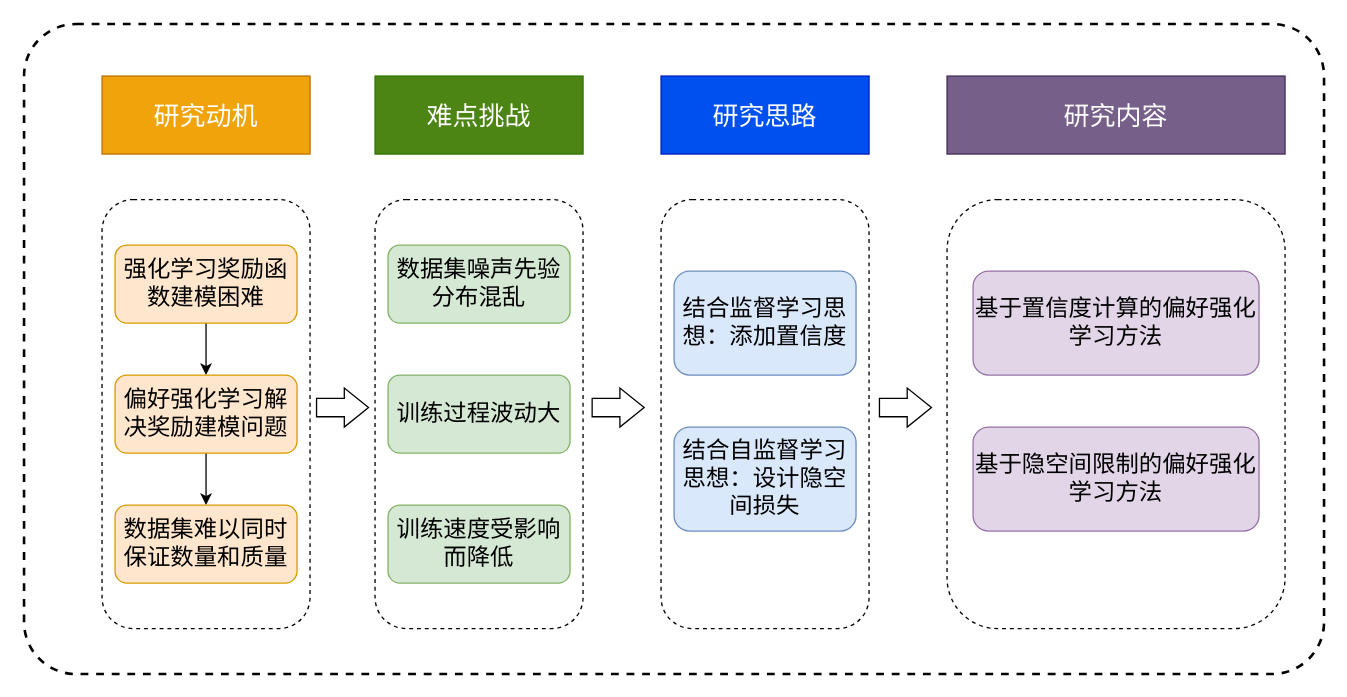
Above: 研究过程关系图.drawio in gyh-ustc/Graduation-Dissertation (draw.io), before the change. Source tidied: cells renumbered, new cells numbered last; positions are measured from the earlier drawing's top-left corner, leaving out a move shared by most shapes. Both pictures are drawn from the tidied source at 130%, with x=0, y=0 at pixel (23, 23).
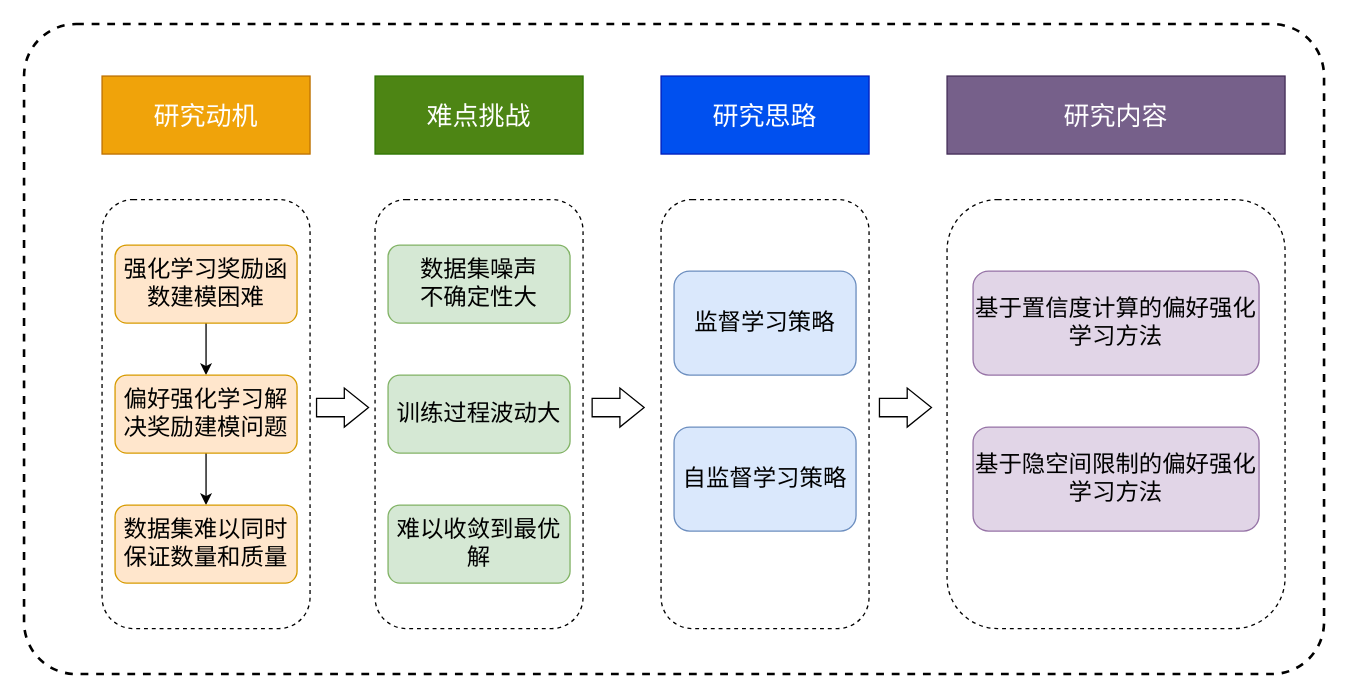
The same diagram, later.

Commit message:
更新研究过程关系图.drawio

Diff of the diagram source:
```diff
@@
-    <mxCell id="16" value="&lt;font style=&quot;font-size: 18px;&quot;&gt;数据集噪声先验分布混乱&lt;/font&gt;" style="rounded=1;whiteSpace=wrap;html=1;fillColor=#d5e8d4;strokeColor=#82b366;" parent="1" vertex="1">
+    <mxCell id="16" value="&lt;font style=&quot;font-size: 18px;&quot;&gt;数据集噪声&lt;br&gt;不确定性大&lt;/font&gt;" style="rounded=1;whiteSpace=wrap;html=1;fillColor=#d5e8d4;strokeColor=#82b366;" parent="1" vertex="1">
       <mxGeometry x="280" y="170" width="140" height="60" as="geometry" />
     </mxCell>
@@
-    <mxCell id="18" value="&lt;font style=&quot;font-size: 18px;&quot;&gt;训练速度受影响而降低&lt;/font&gt;" style="rounded=1;whiteSpace=wrap;html=1;fillColor=#d5e8d4;strokeColor=#82b366;" parent="1" vertex="1">
+    <mxCell id="18" value="&lt;span style=&quot;font-size: 18px;&quot;&gt;难以收敛到最优解&lt;/span&gt;" style="rounded=1;whiteSpace=wrap;html=1;fillColor=#d5e8d4;strokeColor=#82b366;" parent="1" vertex="1">
       <mxGeometry x="280" y="370" width="140" height="60" as="geometry" />
     </mxCell>
-    <mxCell id="19" value="&lt;font style=&quot;font-size: 18px;&quot;&gt;结合监督学习思想：添加置信度&lt;/font&gt;" style="rounded=1;whiteSpace=wrap;html=1;fillColor=#dae8fc;strokeColor=#6c8ebf;" parent="1" vertex="1">
+    <mxCell id="19" value="&lt;font style=&quot;font-size: 18px;&quot;&gt;监督学习策略&lt;/font&gt;" style="rounded=1;whiteSpace=wrap;html=1;fillColor=#dae8fc;strokeColor=#6c8ebf;" parent="1" vertex="1">
       <mxGeometry x="500" y="190" width="140" height="80" as="geometry" />
     </mxCell>
@@
-    <mxCell id="22" value="&lt;font style=&quot;font-size: 18px;&quot;&gt;结合自监督学习思想：设计隐空间损失&lt;/font&gt;" style="rounded=1;whiteSpace=wrap;html=1;fillColor=#dae8fc;strokeColor=#6c8ebf;" parent="1" vertex="1">
+    <mxCell id="22" value="&lt;font style=&quot;font-size: 18px;&quot;&gt;自监督学习策略&lt;/font&gt;" style="rounded=1;whiteSpace=wrap;html=1;fillColor=#dae8fc;strokeColor=#6c8ebf;" parent="1" vertex="1">
       <mxGeometry x="500" y="310" width="140" height="80" as="geometry" />
     </mxCell>
```
